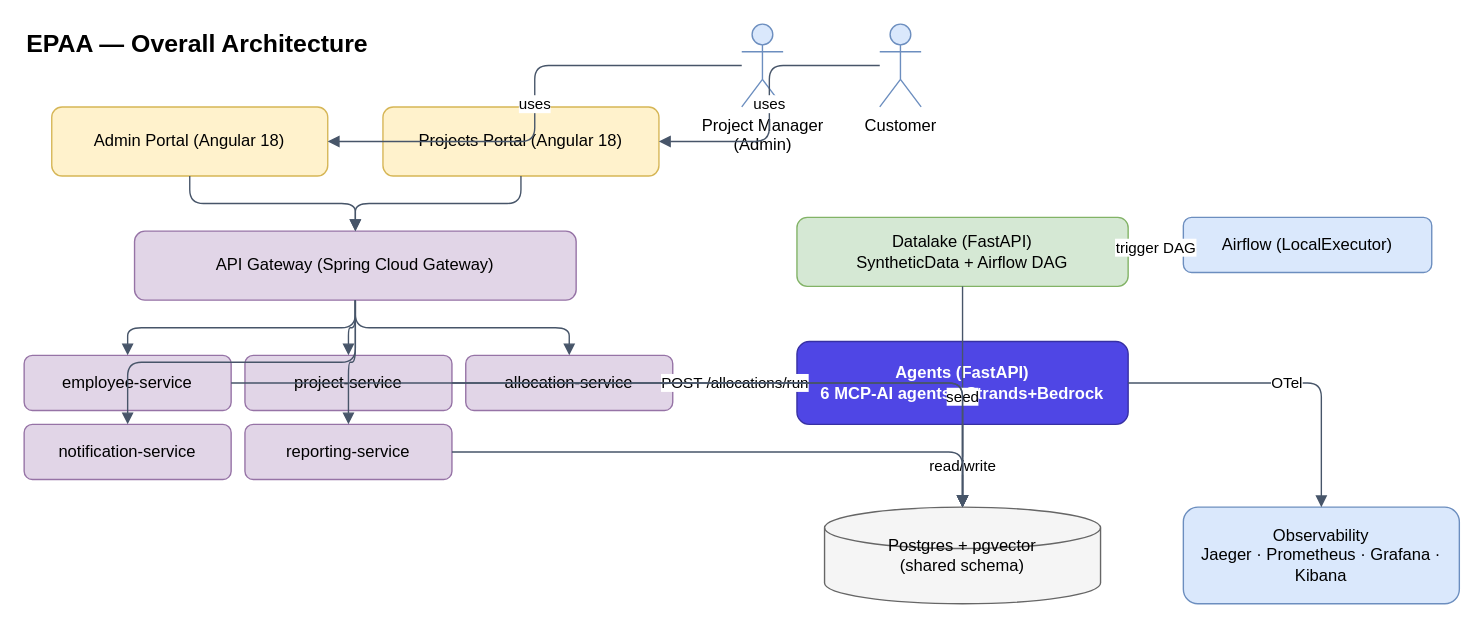
Earlier version of the draw.io diagram page "Overall Architecture" (2 of 12) of docs/Design/epaa-architecture.drawio (javakishore-veleti/Enterprise-Project-Allocation-Agents). Source tidied: cells renumbered, new cells numbered last; positions are measured from the earlier drawing's top-left corner, leaving out a move shared by most shapes. Both pictures are drawn from the tidied source at 138%, with x=0, y=0 at pixel (23, 23).
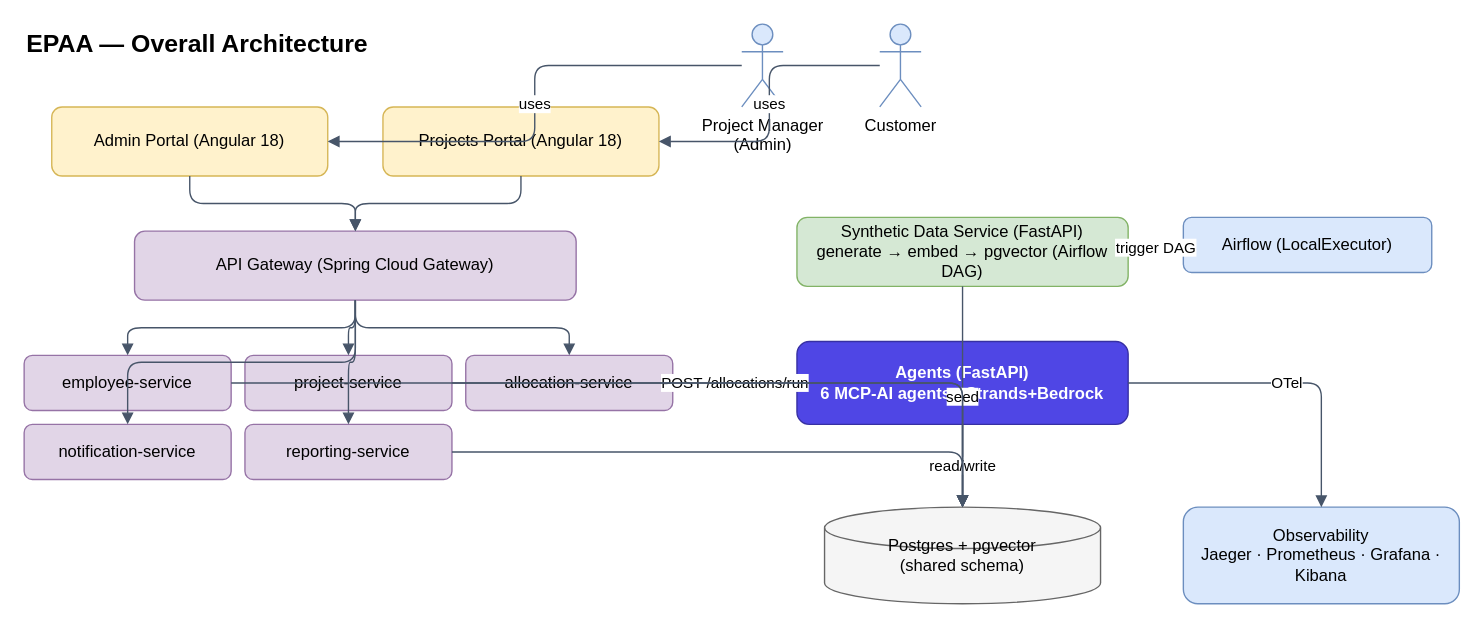
Above is the later version.

Commit message (it also covers changes not shown here):
docs(Design): relabel Datalake→Synthetic Data Service; split triggers; target datalake design

Change to the diagram source:
```diff
@@
-    <mxCell id="12" value="Datalake (FastAPI)&lt;br&gt;SyntheticData + Airflow DAG" style="rounded=1;whiteSpace=wrap;html=1;fillColor=#d5e8d4;strokeColor=#82b366;" parent="1" vertex="1">
+    <mxCell id="12" value="Synthetic Data Service (FastAPI)&lt;br&gt;generate → embed → pgvector (Airflow DAG)" style="rounded=1;whiteSpace=wrap;html=1;fillColor=#d5e8d4;strokeColor=#82b366;" parent="1" vertex="1">
       <mxGeometry x="560" y="140" width="240" height="50" as="geometry" />
     </mxCell>
```
